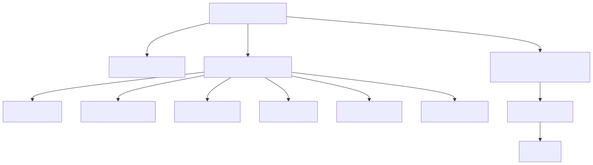
Before: Project_APP/Documentation/mermaid_svgs/main_py_architecture.png, a diagram exported from Mermaid (KnightNight101/UoR_APP). Its source is kept beside it as Project_APP/Documentation/mermaid_svgs/main_py_architecture.mmd. The source it was exported from:
```mermaid
flowchart TD
    A[main.py Entry Point] -->|Initializes| B[ProjectFileManager]
    A -->|Creates| C[QApplication & QQmlApplicationEngine]
    A -->|Exposes| D[QML Context Properties]
    D --> E[AuthManager]
    D --> F[DashboardManager]
    D --> G[ProjectManager]
    D --> H[UserManager]
    D --> I[LogEventBridge]
    D --> J[LoadingManager]
    C --> K[Loads Main.qml]
    K --> L[QML UI]
```
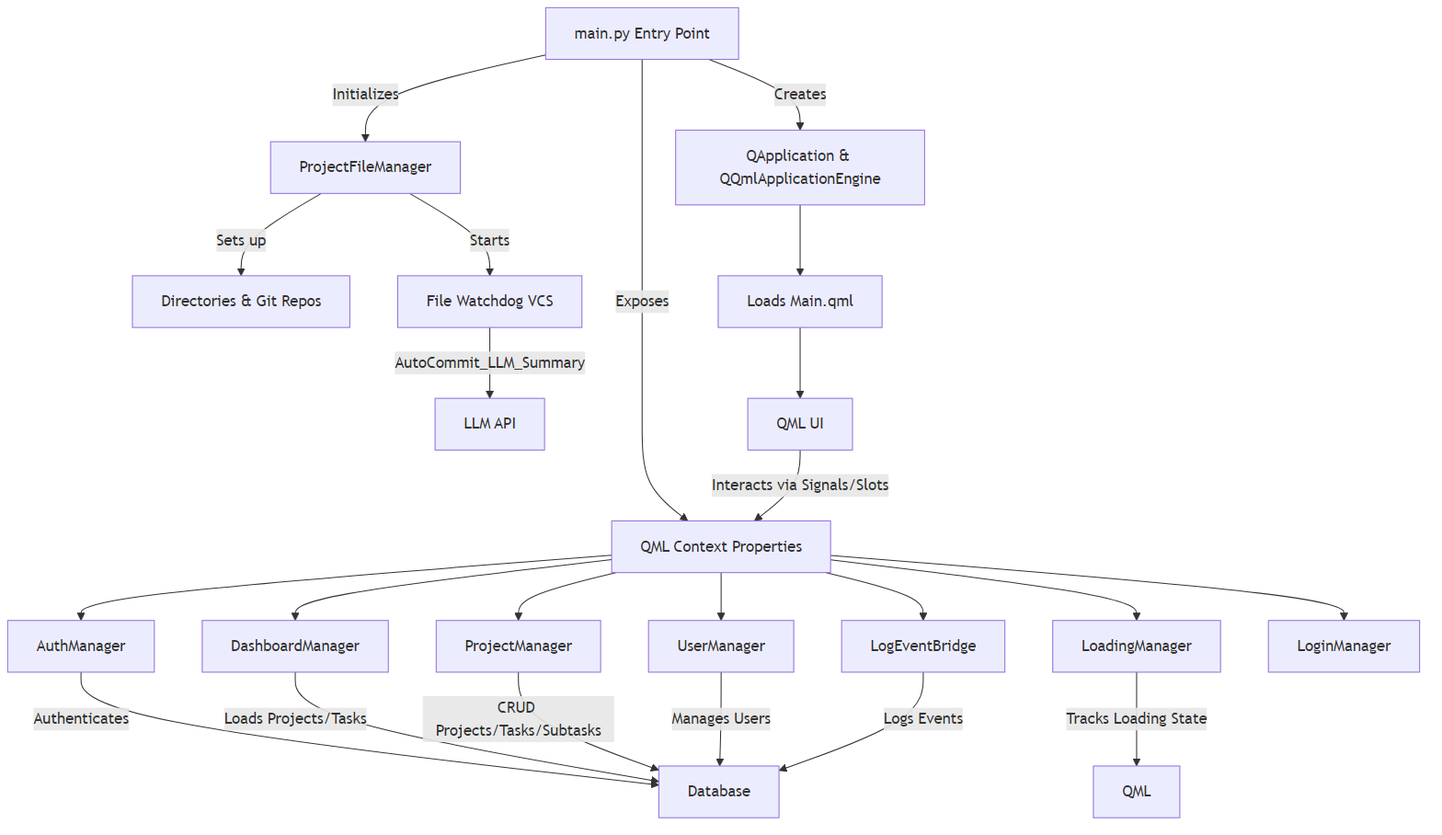
Above is the later version.

The edit, as a diff of the source:
```diff
@@ -1,12 +1,23 @@
 flowchart TD
-    A[main.py Entry Point] -->|Initializes| B[ProjectFileManager]
-    A -->|Creates| C[QApplication & QQmlApplicationEngine]
-    A -->|Exposes| D[QML Context Properties]
-    D --> E[AuthManager]
-    D --> F[DashboardManager]
-    D --> G[ProjectManager]
-    D --> H[UserManager]
-    D --> I[LogEventBridge]
-    D --> J[LoadingManager]
-    C --> K[Loads Main.qml]
-    K --> L[QML UI]
+A[main.py Entry Point] -->|Initializes| B[ProjectFileManager]
+B -->|Sets up| B1[Directories & Git Repos]
+B -->|Starts| B2[File Watchdog VCS]
+B2 -->|AutoCommit_LLM_Summary| B3[LLM API]
+A -->|Creates| C[QApplication & QQmlApplicationEngine]
+A -->|Exposes| D[QML Context Properties]
+D --> E[AuthManager]
+D --> F[DashboardManager]
+D --> G[ProjectManager]
+D --> H[UserManager]
+D --> I[LogEventBridge]
+D --> J[LoadingManager]
+D --> M[LoginManager]
+E -->|Authenticates| DB[Database]
+F -->|Loads Projects/Tasks| DB
+G -->|CRUD Projects/Tasks/Subtasks| DB
+H -->|Manages Users| DB
+I -->|Logs Events| DB
+J -->|Tracks Loading State| QML
+C --> K[Loads Main.qml]
+K --> L[QML UI]
+L -->|Interacts via Signals/Slots| D
```
